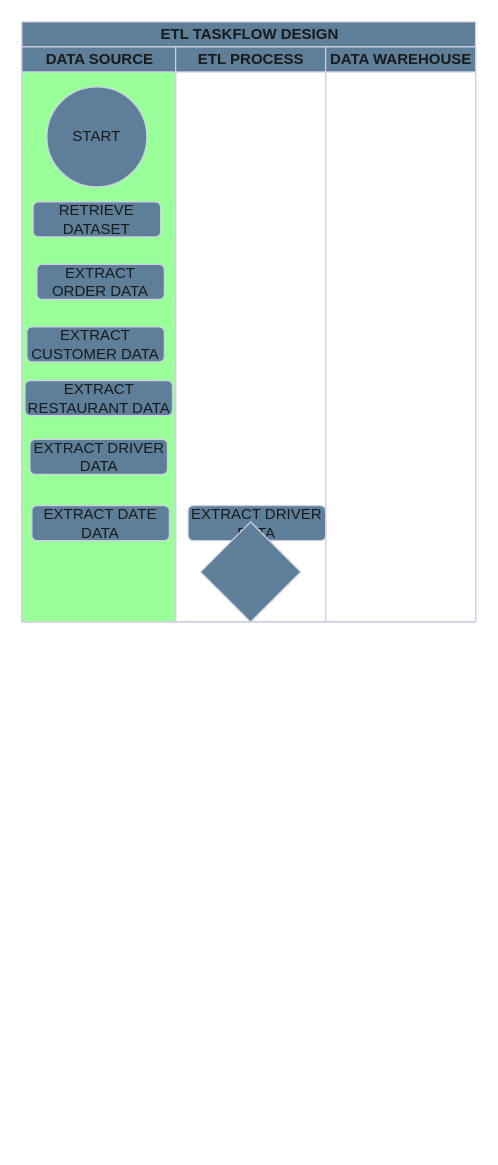
Tom-hardyy/Flavourflow keeps this draw.io diagram as page "Page-4" (4 of 4) of Untitled Diagram.drawio. Above is the earlier version. Source tidied: cells renumbered, new cells numbered last; positions are measured from the earlier drawing's top-left corner, leaving out a move shared by most shapes. Both pictures are drawn from the tidied source at 125%, with x=0, y=0 at pixel (21, 21).
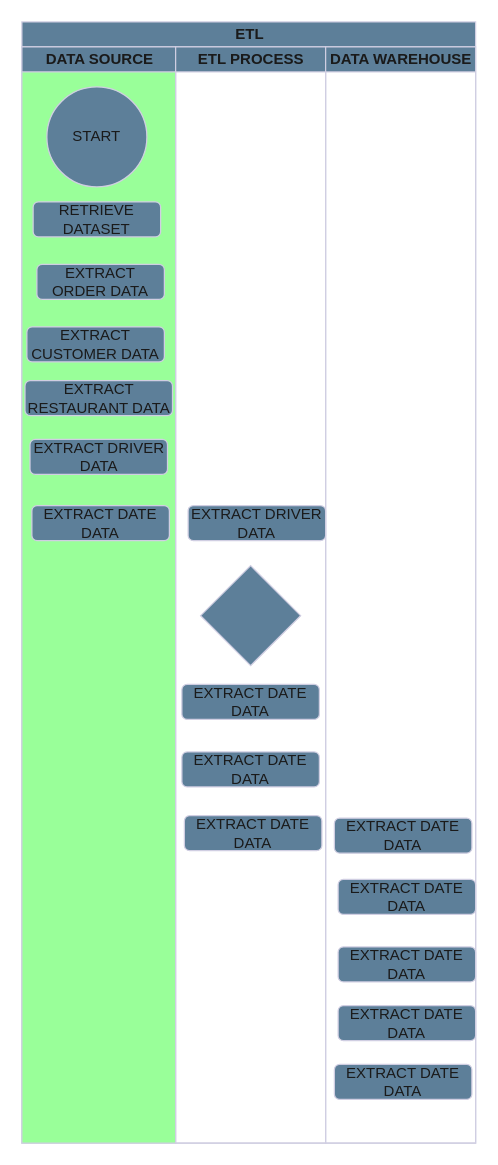
Above is the later version.

What changed in the source:
```diff
@@
-    <mxCell id="2" value="ETL TASKFLOW DESIGN" style="swimlane;startSize=20;html=1;strokeColor=#D0CEE2;fontColor=#1A1A1A;fillColor=#5D7F99;swimlaneFillColor=#FFFFFF;" parent="1" vertex="1">
-      <mxGeometry width="363" height="480" as="geometry" />
+    <mxCell id="2" value="ETL" style="swimlane;startSize=20;html=1;strokeColor=#D0CEE2;fontColor=#1A1A1A;fillColor=#5D7F99;swimlaneFillColor=#FFFFFF;" parent="1" vertex="1">
+      <mxGeometry width="363" height="897" as="geometry" />
     </mxCell>
     <mxCell id="3" value="DATA SOURCE" style="swimlane;startSize=20;html=1;strokeColor=#D0CEE2;fontColor=#1A1A1A;fillColor=#5D7F99;swimlaneFillColor=#99FF99;" parent="2" vertex="1">
-      <mxGeometry y="20" width="123" height="460" as="geometry" />
+      <mxGeometry y="20" width="123" height="877" as="geometry" />
     </mxCell>
@@
     <mxCell id="11" value="ETL PROCESS" style="swimlane;startSize=20;html=1;strokeColor=#D0CEE2;fontColor=#1A1A1A;fillColor=#5D7F99;" parent="2" vertex="1">
-      <mxGeometry x="123" y="20" width="120" height="460" as="geometry" />
+      <mxGeometry x="123" y="20" width="120" height="877" as="geometry" />
     </mxCell>
@@
     <mxCell id="13" style="rhombus;whiteSpace=wrap;html=1;strokeColor=#D0CEE2;fontColor=#1A1A1A;fillColor=#5D7F99;" parent="11" vertex="1">
-      <mxGeometry x="20" y="380" width="80" height="80" as="geometry" />
+      <mxGeometry x="20" y="415" width="80" height="80" as="geometry" />
     </mxCell>
+    <mxCell id="15" value="EXTRACT DATE DATA" style="rounded=1;whiteSpace=wrap;html=1;strokeColor=#D0CEE2;fontColor=#1A1A1A;fillColor=#5D7F99;" parent="11" vertex="1">
+      <mxGeometry x="5" y="510" width="110" height="28" as="geometry" />
+    </mxCell>
+    <mxCell id="16" value="EXTRACT DATE DATA" style="rounded=1;whiteSpace=wrap;html=1;strokeColor=#D0CEE2;fontColor=#1A1A1A;fillColor=#5D7F99;" parent="11" vertex="1">
+      <mxGeometry x="5" y="564" width="110" height="28" as="geometry" />
+    </mxCell>
+    <mxCell id="17" value="EXTRACT DATE DATA" style="rounded=1;whiteSpace=wrap;html=1;strokeColor=#D0CEE2;fontColor=#1A1A1A;fillColor=#5D7F99;" parent="11" vertex="1">
+      <mxGeometry x="7" y="615" width="110" height="28" as="geometry" />
+    </mxCell>
     <mxCell id="14" value="DATA WAREHOUSE" style="swimlane;startSize=20;html=1;strokeColor=#D0CEE2;fontColor=#1A1A1A;fillColor=#5D7F99;" parent="2" vertex="1">
-      <mxGeometry x="243" y="20" width="120" height="460" as="geometry" />
+      <mxGeometry x="243" y="20" width="120" height="877" as="geometry" />
     </mxCell>
+    <mxCell id="18" value="EXTRACT DATE DATA" style="rounded=1;whiteSpace=wrap;html=1;strokeColor=#D0CEE2;fontColor=#1A1A1A;fillColor=#5D7F99;" parent="14" vertex="1">
+      <mxGeometry x="7" y="617" width="110" height="28" as="geometry" />
+    </mxCell>
+    <mxCell id="19" value="EXTRACT DATE DATA" style="rounded=1;whiteSpace=wrap;html=1;strokeColor=#D0CEE2;fontColor=#1A1A1A;fillColor=#5D7F99;" parent="14" vertex="1">
+      <mxGeometry x="10" y="666" width="110" height="28" as="geometry" />
+    </mxCell>
+    <mxCell id="20" value="EXTRACT DATE DATA" style="rounded=1;whiteSpace=wrap;html=1;strokeColor=#D0CEE2;fontColor=#1A1A1A;fillColor=#5D7F99;" parent="14" vertex="1">
+      <mxGeometry x="10" y="720" width="110" height="28" as="geometry" />
+    </mxCell>
+    <mxCell id="21" value="EXTRACT DATE DATA" style="rounded=1;whiteSpace=wrap;html=1;strokeColor=#D0CEE2;fontColor=#1A1A1A;fillColor=#5D7F99;" parent="14" vertex="1">
+      <mxGeometry x="10" y="767" width="110" height="28" as="geometry" />
+    </mxCell>
+    <mxCell id="22" value="EXTRACT DATE DATA" style="rounded=1;whiteSpace=wrap;html=1;strokeColor=#D0CEE2;fontColor=#1A1A1A;fillColor=#5D7F99;" parent="14" vertex="1">
+      <mxGeometry x="7" y="814" width="110" height="28" as="geometry" />
+    </mxCell>
```
